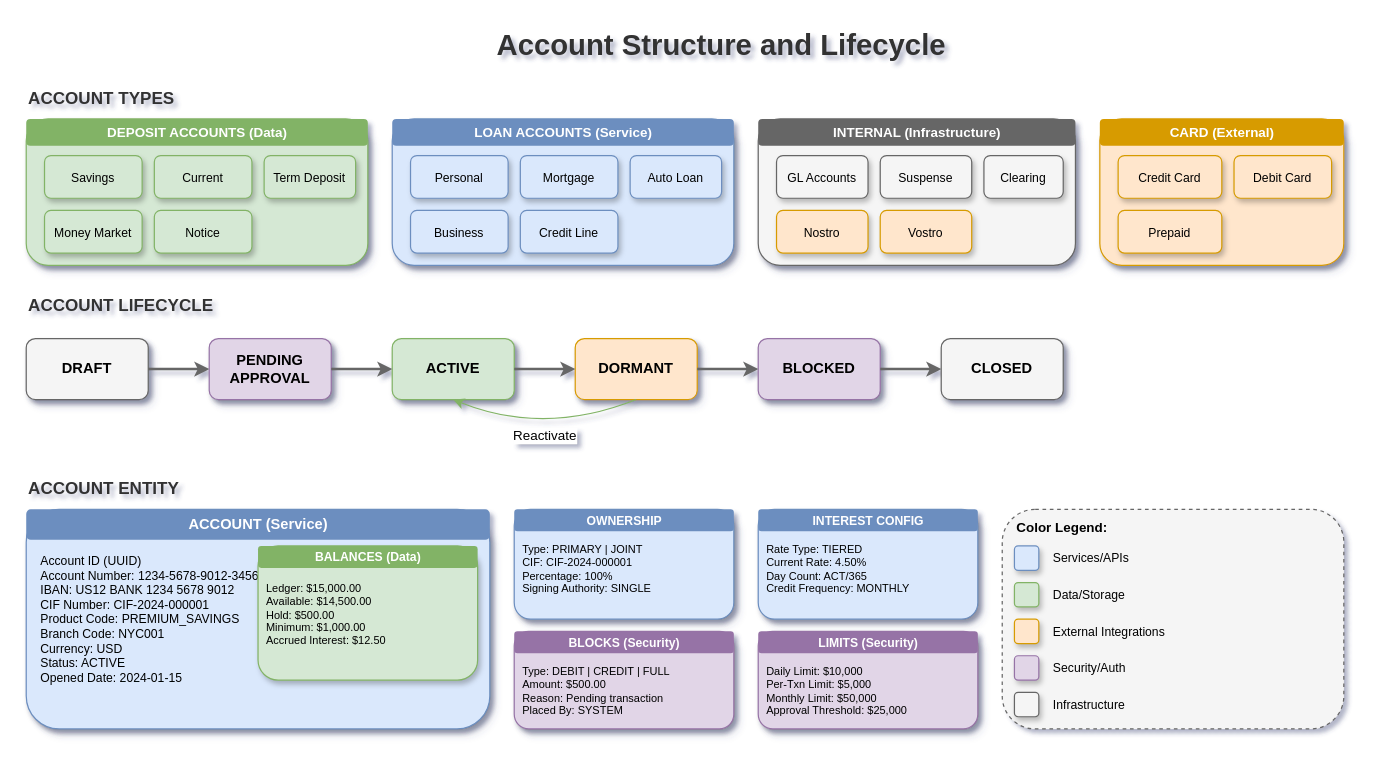
Before: lesson-04-account-management/04.0-account-structure.drawio in MrParkerZ7/document-lesson-core-banking-business-system-technology-x-claude, a draw.io diagram. Source tidied: cells renumbered, new cells numbered last; positions are measured from the earlier drawing's top-left corner, leaving out a move shared by most shapes. Both pictures are drawn from the tidied source at 122%, with x=0, y=0 at pixel (26, 21).
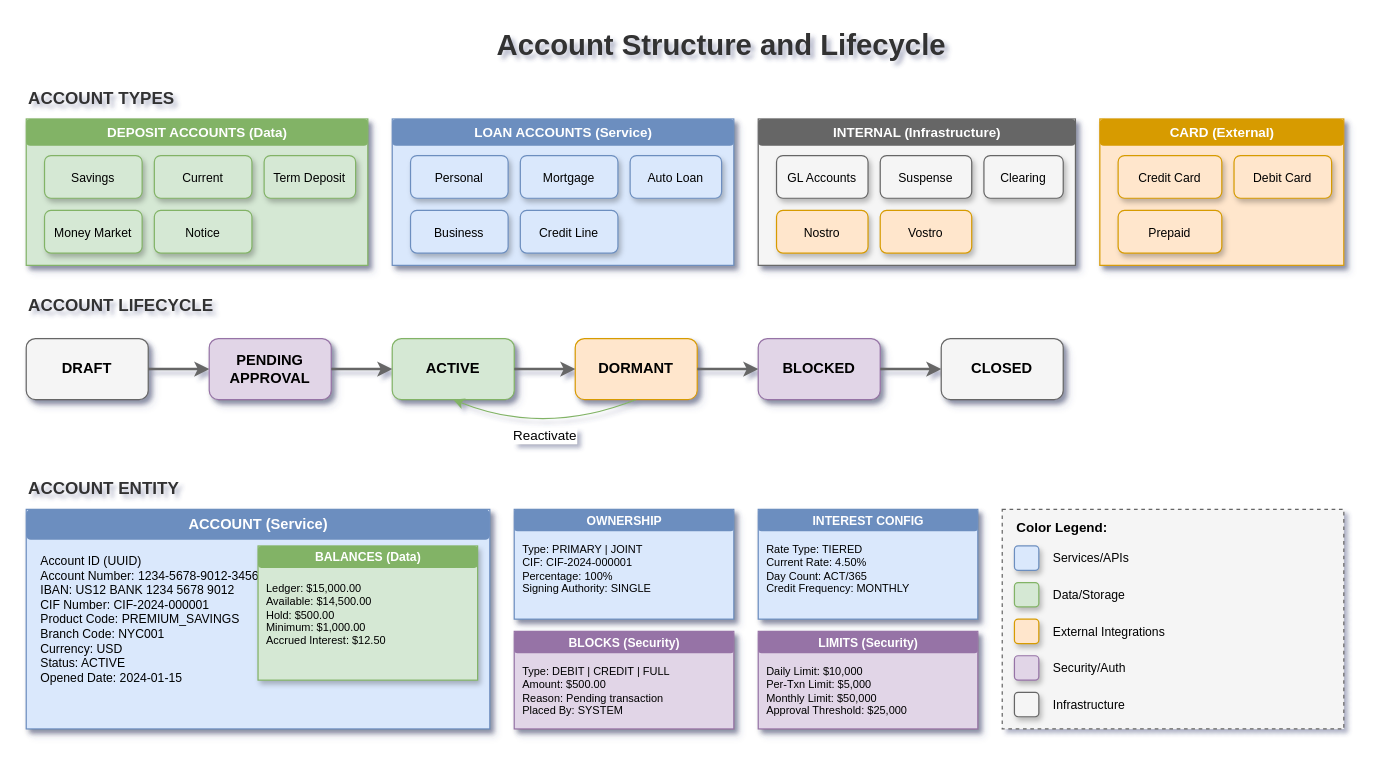
Above is the later version.

Diff of the diagram source:
```diff
@@
-    <mxCell id="4" style="rounded=1;whiteSpace=wrap;html=1;fillColor=#d5e8d4;strokeColor=#82b366;shadow=1;" parent="1" vertex="1">
+    <mxCell id="4" style="rounded=0;whiteSpace=wrap;html=1;fillColor=#d5e8d4;strokeColor=#82b366;shadow=1;" parent="1" vertex="1">
       <mxGeometry y="80" width="280" height="120" as="geometry" />
     </mxCell>
@@
-    <mxCell id="11" style="rounded=1;whiteSpace=wrap;html=1;fillColor=#dae8fc;strokeColor=#6c8ebf;shadow=1;" parent="1" vertex="1">
+    <mxCell id="11" style="rounded=0;whiteSpace=wrap;html=1;fillColor=#dae8fc;strokeColor=#6c8ebf;shadow=1;" parent="1" vertex="1">
       <mxGeometry x="300" y="80" width="280" height="120" as="geometry" />
     </mxCell>
@@
-    <mxCell id="18" style="rounded=1;whiteSpace=wrap;html=1;fillColor=#f5f5f5;strokeColor=#666666;shadow=1;" parent="1" vertex="1">
+    <mxCell id="18" style="rounded=0;whiteSpace=wrap;html=1;fillColor=#f5f5f5;strokeColor=#666666;shadow=1;" parent="1" vertex="1">
       <mxGeometry x="600" y="80" width="260" height="120" as="geometry" />
     </mxCell>
@@
-    <mxCell id="25" style="rounded=1;whiteSpace=wrap;html=1;fillColor=#ffe6cc;strokeColor=#d79b00;shadow=1;" parent="1" vertex="1">
+    <mxCell id="25" style="rounded=0;whiteSpace=wrap;html=1;fillColor=#ffe6cc;strokeColor=#d79b00;shadow=1;" parent="1" vertex="1">
       <mxGeometry x="880" y="80" width="200" height="120" as="geometry" />
     </mxCell>
@@
-    <mxCell id="44" style="rounded=1;whiteSpace=wrap;html=1;fillColor=#dae8fc;strokeColor=#6c8ebf;shadow=1;" parent="1" vertex="1">
+    <mxCell id="44" style="rounded=0;whiteSpace=wrap;html=1;fillColor=#dae8fc;strokeColor=#6c8ebf;shadow=1;" parent="1" vertex="1">
       <mxGeometry y="400" width="380" height="180" as="geometry" />
     </mxCell>
@@
-    <mxCell id="47" style="rounded=1;whiteSpace=wrap;html=1;fillColor=#d5e8d4;strokeColor=#82b366;shadow=1;" parent="1" vertex="1">
+    <mxCell id="47" style="rounded=0;whiteSpace=wrap;html=1;fillColor=#d5e8d4;strokeColor=#82b366;shadow=1;" parent="1" vertex="1">
       <mxGeometry x="190" y="430" width="180" height="110" as="geometry" />
     </mxCell>
@@
-    <mxCell id="50" style="rounded=1;whiteSpace=wrap;html=1;fillColor=#dae8fc;strokeColor=#6c8ebf;shadow=1;" parent="1" vertex="1">
+    <mxCell id="50" style="rounded=0;whiteSpace=wrap;html=1;fillColor=#dae8fc;strokeColor=#6c8ebf;shadow=1;" parent="1" vertex="1">
       <mxGeometry x="400" y="400" width="180" height="90" as="geometry" />
     </mxCell>
@@
-    <mxCell id="53" style="rounded=1;whiteSpace=wrap;html=1;fillColor=#e1d5e7;strokeColor=#9673a6;shadow=1;" parent="1" vertex="1">
+    <mxCell id="53" style="rounded=0;whiteSpace=wrap;html=1;fillColor=#e1d5e7;strokeColor=#9673a6;shadow=1;" parent="1" vertex="1">
       <mxGeometry x="400" y="500" width="180" height="80" as="geometry" />
     </mxCell>
@@
-    <mxCell id="56" style="rounded=1;whiteSpace=wrap;html=1;fillColor=#dae8fc;strokeColor=#6c8ebf;shadow=1;" parent="1" vertex="1">
+    <mxCell id="56" style="rounded=0;whiteSpace=wrap;html=1;fillColor=#dae8fc;strokeColor=#6c8ebf;shadow=1;" parent="1" vertex="1">
       <mxGeometry x="600" y="400" width="180" height="90" as="geometry" />
     </mxCell>
@@
-    <mxCell id="59" style="rounded=1;whiteSpace=wrap;html=1;fillColor=#e1d5e7;strokeColor=#9673a6;shadow=1;" parent="1" vertex="1">
+    <mxCell id="59" style="rounded=0;whiteSpace=wrap;html=1;fillColor=#e1d5e7;strokeColor=#9673a6;shadow=1;" parent="1" vertex="1">
       <mxGeometry x="600" y="500" width="180" height="80" as="geometry" />
     </mxCell>
@@
-    <mxCell id="62" style="rounded=1;whiteSpace=wrap;html=1;fillColor=#f5f5f5;strokeColor=#666666;dashed=1;" parent="1" vertex="1">
+    <mxCell id="62" style="rounded=0;whiteSpace=wrap;html=1;fillColor=#f5f5f5;strokeColor=#666666;dashed=1;" parent="1" vertex="1">
       <mxGeometry x="800" y="400" width="280" height="180" as="geometry" />
     </mxCell>
```
